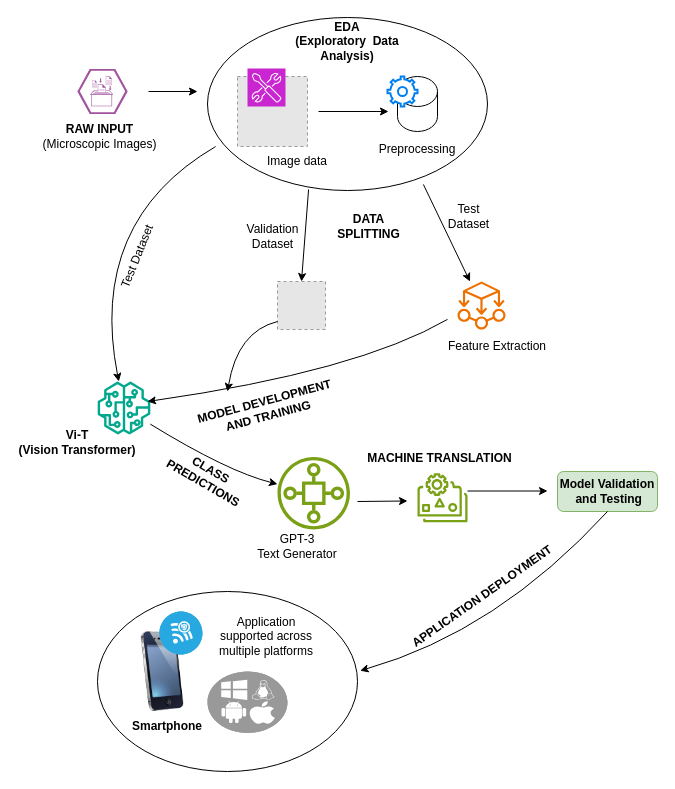
markgoli/draw.io keeps this draw.io diagram as Methodology1.drawio. Above is the earlier version. Source tidied: cells renumbered, new cells numbered last; positions are measured from the earlier drawing's top-left corner, leaving out a move shared by most shapes. Both pictures are drawn from the tidied source at 100%, with x=0, y=0 at pixel (17, 17). Pictures stored in the file or linked from it are replaced by grey dashed boxes.
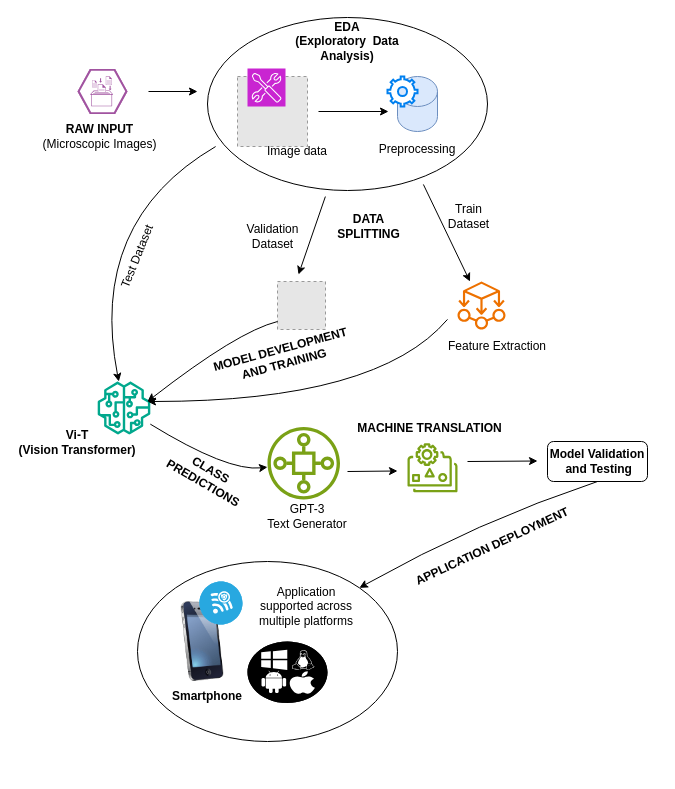
Above is the later version.

Unchanged cells that the change refers to:
```xml
<mxCell id="3" style="ellipse;whiteSpace=wrap;html=1;" parent="1" vertex="1">
  <mxGeometry x="190" width="280" height="173" as="geometry" />
</mxCell>
<mxCell id="7" style="fillColor=#E6E6E6;strokeColor=#999999;dashed=1;html=1;verticalAlign=top;verticalLabelPosition=bottom;labelBackgroundColor=#ffffff;" parent="1" vertex="1">
  <mxGeometry x="260" y="264" width="48" height="48" as="geometry" />
</mxCell>
```

Change to the diagram source:
```diff
@@
     <mxCell id="2" style="ellipse;whiteSpace=wrap;html=1;" parent="1" vertex="1">
-      <mxGeometry x="80" y="574" width="260" height="180" as="geometry" />
+      <mxGeometry x="120" y="544" width="260" height="180" as="geometry" />
     </mxCell>
@@
-    <mxCell id="4" style="shape=cylinder3;whiteSpace=wrap;html=1;boundedLbl=1;backgroundOutline=1;size=15;" parent="1" vertex="1">
+    <mxCell id="4" style="shape=cylinder3;whiteSpace=wrap;html=1;boundedLbl=1;backgroundOutline=1;size=15;fillColor=#dae8fc;strokeColor=#6c8ebf;" parent="1" vertex="1">
       <mxGeometry x="380" y="59" width="40" height="55" as="geometry" />
     </mxCell>
@@
     <mxCell id="11" style="sketch=0;outlineConnect=0;fontColor=#232F3E;gradientColor=none;fillColor=#7AA116;strokeColor=none;dashed=0;verticalLabelPosition=bottom;verticalAlign=top;align=center;html=1;fontSize=12;fontStyle=0;shape=mxgraph.aws4.iot_sitewise_asset_model;" parent="1" vertex="1">
-      <mxGeometry x="260" y="439.5" width="72.5" height="72.5" as="geometry" />
+      <mxGeometry x="250" y="409.5" width="72.5" height="72.5" as="geometry" />
     </mxCell>
-    <mxCell id="12" value="&lt;b&gt;Model Validation&lt;/b&gt;&lt;div&gt;&lt;b&gt;&amp;nbsp;and Testing&lt;/b&gt;&lt;/div&gt;" style="rounded=1;whiteSpace=wrap;html=1;fillColor=#d5e8d4;strokeColor=#82b366;" parent="1" vertex="1">
-      <mxGeometry x="540" y="454" width="100" height="40" as="geometry" />
+    <mxCell id="12" value="&lt;b&gt;Model Validation&lt;/b&gt;&lt;div&gt;&lt;b&gt;&amp;nbsp;and Testing&lt;/b&gt;&lt;/div&gt;" style="rounded=1;whiteSpace=wrap;html=1;" parent="1" vertex="1">
+      <mxGeometry x="530" y="424" width="100" height="40" as="geometry" />
     </mxCell>
@@
     <mxCell id="16" style="image;html=1;image=img/lib/clip_art/telecommunication/iPhone_128x128.png;" parent="1" vertex="1">
-      <mxGeometry x="105" y="614" width="80" height="80" as="geometry" />
+      <mxGeometry x="145" y="584" width="80" height="80" as="geometry" />
     </mxCell>
-    <mxCell id="17" style="fillColor=#999999;verticalLabelPosition=bottom;sketch=0;html=1;strokeColor=#ffffff;verticalAlign=top;align=center;shape=mxgraph.cisco_safe.compositeIcon;bgIcon=ellipse;resIcon=mxgraph.cisco_safe.capability.standardized_system_images;" parent="1" vertex="1">
-      <mxGeometry x="190" y="654" width="80" height="61.5" as="geometry" />
+    <mxCell id="17" style="fillColor=#000000;verticalLabelPosition=bottom;sketch=0;html=1;strokeColor=#ffffff;verticalAlign=top;align=center;shape=mxgraph.cisco_safe.compositeIcon;bgIcon=ellipse;resIcon=mxgraph.cisco_safe.capability.standardized_system_images;" parent="1" vertex="1">
+      <mxGeometry x="230" y="624" width="80" height="61.5" as="geometry" />
     </mxCell>
     <mxCell id="18" style="fillColor=#28A8E0;verticalLabelPosition=bottom;sketch=0;html=1;strokeColor=#ffffff;verticalAlign=top;align=center;shape=mxgraph.cisco_safe.compositeIcon;bgIcon=ellipse;resIcon=mxgraph.cisco_safe.capability.wireless_intrusion_prevention_system;" parent="1" vertex="1">
-      <mxGeometry x="142" y="594" width="43" height="43" as="geometry" />
+      <mxGeometry x="182" y="564" width="43" height="43" as="geometry" />
     </mxCell>
     <mxCell id="19" value="Application supported across multiple platforms" style="text;html=1;align=center;verticalAlign=middle;whiteSpace=wrap;rounded=0;" parent="1" vertex="1">
-      <mxGeometry x="194" y="604" width="110" height="30" as="geometry" />
+      <mxGeometry x="234" y="574" width="110" height="30" as="geometry" />
     </mxCell>
@@
     <mxCell id="21" value="Image data" style="text;html=1;align=center;verticalAlign=middle;whiteSpace=wrap;rounded=0;" parent="1" vertex="1">
-      <mxGeometry x="240" y="129" width="80" height="30" as="geometry" />
+      <mxGeometry x="240" y="119" width="80" height="30" as="geometry" />
     </mxCell>
@@
-    <mxCell id="24" style="endArrow=classic;html=1;rounded=0;entryX=0.5;entryY=0;entryDx=0;entryDy=0;exitX=0.361;exitY=0.994;exitDx=0;exitDy=0;exitPerimeter=0;" parent="1" edge="1" source="3" target="7">
-      <mxGeometry relative="1" as="geometry" />
-    </mxCell>
@@
     <mxCell id="27" style="curved=1;endArrow=classic;html=1;rounded=0;" parent="1" edge="1">
       <mxGeometry relative="1" as="geometry">
         <mxPoint x="430" y="301.9" as="sourcePoint" />
         <mxPoint x="130" y="384" as="targetPoint" />
         <Array as="points">
-          <mxPoint x="340" y="354" />
+          <mxPoint x="360" y="384" />
         </Array>
       </mxGeometry>
     </mxCell>
     <mxCell id="28" value="GPT-3&lt;div&gt;Text Generator&lt;/div&gt;" style="text;html=1;align=center;verticalAlign=middle;whiteSpace=wrap;rounded=0;" parent="1" vertex="1">
-      <mxGeometry x="230" y="514" width="100" height="30" as="geometry" />
+      <mxGeometry x="240" y="484" width="100" height="30" as="geometry" />
     </mxCell>
@@
     <mxCell id="31" style="curved=1;endArrow=classic;html=1;rounded=0;" parent="1" edge="1">
       <mxGeometry relative="1" as="geometry">
         <mxPoint x="260" y="304" as="sourcePoint" />
-        <mxPoint x="210" y="374" as="targetPoint" />
+        <mxPoint x="130" y="384" as="targetPoint" />
         <Array as="points">
           <mxPoint x="220" y="314" />
         </Array>
       </mxGeometry>
     </mxCell>
     <mxCell id="32" style="endArrow=classic;html=1;rounded=0;" parent="1" edge="1">
       <mxGeometry relative="1" as="geometry">
-        <mxPoint x="450" y="473.5" as="sourcePoint" />
-        <mxPoint x="530" y="473.5" as="targetPoint" />
+        <mxPoint x="450" y="444" as="sourcePoint" />
+        <mxPoint x="520" y="443.5" as="targetPoint" />
       </mxGeometry>
     </mxCell>
     <mxCell id="33" value="&lt;b&gt;MODEL DEVELOPMENT AND TRAINING&lt;/b&gt;" style="text;html=1;align=center;verticalAlign=middle;whiteSpace=wrap;rounded=0;rotation=-15;" parent="1" vertex="1">
-      <mxGeometry x="169" y="375.5" width="160" height="30" as="geometry" />
+      <mxGeometry x="185" y="324" width="160" height="30" as="geometry" />
     </mxCell>
@@
-    <mxCell id="37" value="Test Dataset" style="text;html=1;align=center;verticalAlign=middle;whiteSpace=wrap;rounded=0;" parent="1" vertex="1">
+    <mxCell id="37" value="Train Dataset" style="text;html=1;align=center;verticalAlign=middle;whiteSpace=wrap;rounded=0;" parent="1" vertex="1">
       <mxGeometry x="420" y="184" width="62.5" height="30" as="geometry" />
     </mxCell>
-    <mxCell id="38" style="curved=1;endArrow=classic;html=1;rounded=0;entryX=1.01;entryY=0.44;entryDx=0;entryDy=0;entryPerimeter=0;exitX=0.5;exitY=1;exitDx=0;exitDy=0;" parent="1" edge="1" source="12" target="2">
+    <mxCell id="38" style="curved=1;endArrow=classic;html=1;rounded=0;entryX=1;entryY=0;entryDx=0;entryDy=0;exitX=0.5;exitY=1;exitDx=0;exitDy=0;" parent="1" edge="1" source="12" target="2">
       <mxGeometry relative="1" as="geometry">
         <Array as="points">
-          <mxPoint x="480" y="614" />
+          <mxPoint x="460" y="504" />
         </Array>
       </mxGeometry>
     </mxCell>
     <mxCell id="39" value="&lt;b&gt;Smartphone&lt;/b&gt;" style="text;html=1;align=center;verticalAlign=middle;whiteSpace=wrap;rounded=0;" parent="1" vertex="1">
-      <mxGeometry x="100" y="694" width="100" height="30" as="geometry" />
+      <mxGeometry x="140" y="664" width="100" height="30" as="geometry" />
     </mxCell>
     <mxCell id="40" style="sketch=0;fontColor=#232F3E;gradientColor=none;fillColor=#7AA116;strokeColor=none;dashed=0;verticalLabelPosition=bottom;verticalAlign=top;align=center;html=1;fontSize=12;fontStyle=0;shape=mxgraph.aws4.elastic_file_system_intelligent_tiering;" parent="1" vertex="1">
-      <mxGeometry x="400" y="455.5" width="50" height="49.4" as="geometry" />
+      <mxGeometry x="390" y="425.5" width="50" height="49.4" as="geometry" />
     </mxCell>
     <mxCell id="41" value="&lt;b&gt;MACHINE TRANSLATION&lt;/b&gt;" style="text;html=1;align=center;verticalAlign=middle;whiteSpace=wrap;rounded=0;" parent="1" vertex="1">
-      <mxGeometry x="345" y="425.5" width="155" height="30" as="geometry" />
+      <mxGeometry x="335" y="395.5" width="155" height="30" as="geometry" />
     </mxCell>
     <mxCell id="42" style="endArrow=classic;html=1;rounded=0;" parent="1" edge="1">
       <mxGeometry relative="1" as="geometry">
-        <mxPoint x="340" y="484" as="sourcePoint" />
-        <mxPoint x="390" y="483.5" as="targetPoint" />
+        <mxPoint x="330" y="454" as="sourcePoint" />
+        <mxPoint x="380" y="453.5" as="targetPoint" />
       </mxGeometry>
     </mxCell>
-    <mxCell id="43" value="&lt;b&gt;APPLICATION DEPLOYMENT&lt;/b&gt;" style="text;html=1;align=center;verticalAlign=middle;whiteSpace=wrap;rounded=0;rotation=-35;" parent="1" vertex="1">
-      <mxGeometry x="380" y="564" width="170" height="30" as="geometry" />
+    <mxCell id="43" value="&lt;b&gt;APPLICATION DEPLOYMENT&lt;/b&gt;" style="text;html=1;align=center;verticalAlign=middle;whiteSpace=wrap;rounded=0;rotation=-25;" parent="1" vertex="1">
+      <mxGeometry x="390" y="514" width="170" height="30" as="geometry" />
     </mxCell>
@@
+    <mxCell id="46" style="endArrow=classic;html=1;rounded=0;entryX=0.563;entryY=-0.146;entryDx=0;entryDy=0;entryPerimeter=0;exitX=0.421;exitY=1.035;exitDx=0;exitDy=0;exitPerimeter=0;" parent="1" edge="1" source="3">
+      <mxGeometry relative="1" as="geometry">
+        <mxPoint x="281" y="257" as="targetPoint" />
+      </mxGeometry>
+    </mxCell>
```
